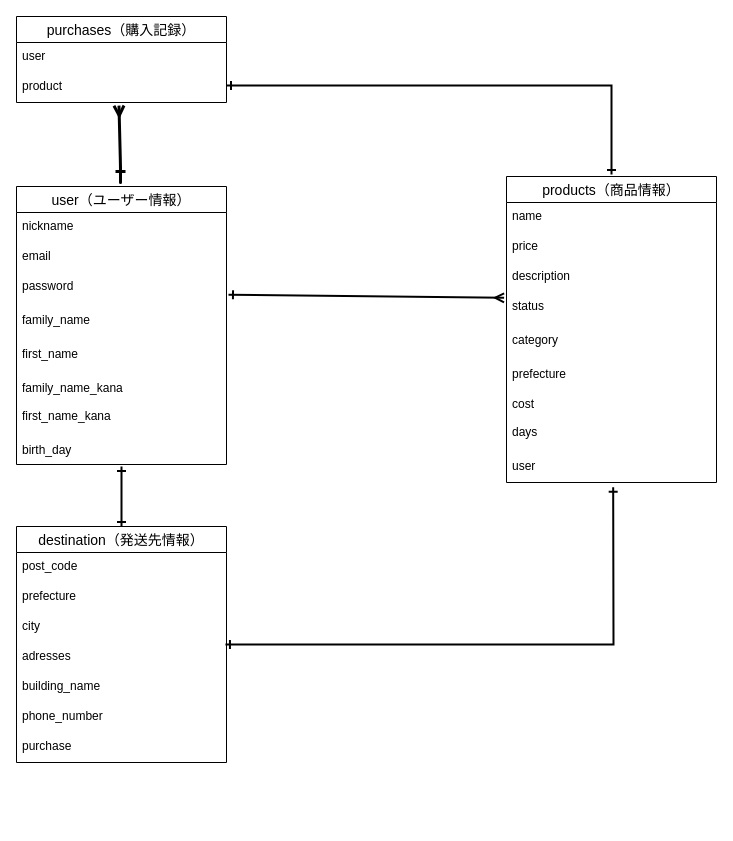
Before: furima.dio in nono2chan/furima-39100, a draw.io diagram. Source tidied: cells renumbered, new cells numbered last; positions are measured from the earlier drawing's top-left corner, leaving out a move shared by most shapes. Both pictures are drawn from the tidied source at 100%, with x=0, y=0 at pixel (16, 16).
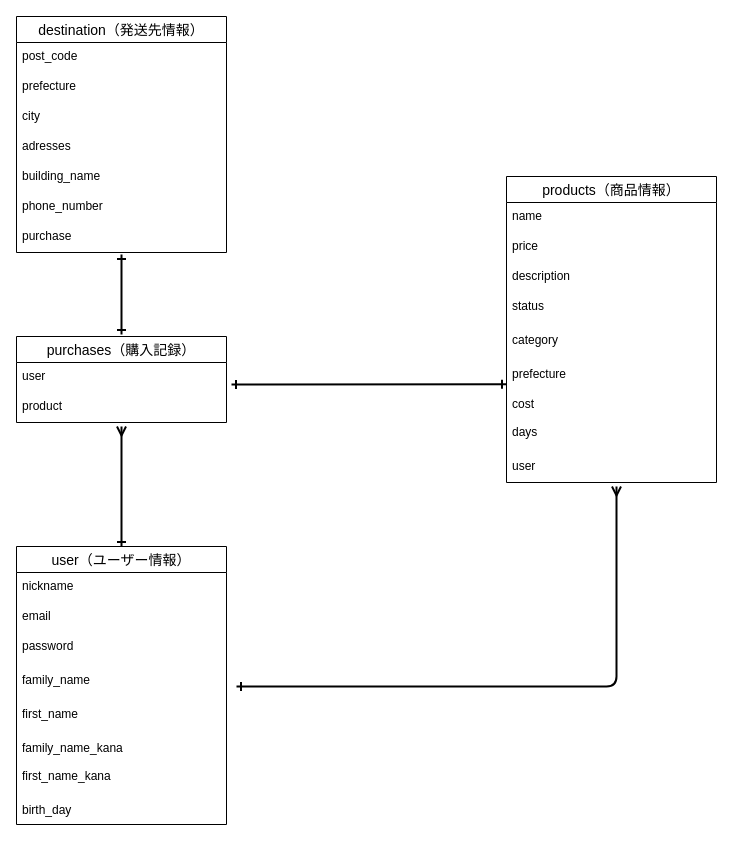
After the change.

The change refers to these unchanged cells:
```xml
<mxCell id="20" value="prefecture" style="text;strokeColor=none;fillColor=none;spacingLeft=4;spacingRight=4;overflow=hidden;points=[[0,0.5],[1,0.5]];portConstraint=eastwest;fontSize=12;" parent="14" vertex="1">
  <mxGeometry y="184" width="210" height="30" as="geometry" />
</mxCell>
<mxCell id="23" value="user" style="text;strokeColor=none;fillColor=none;spacingLeft=4;spacingRight=4;overflow=hidden;points=[[0,0.5],[1,0.5]];portConstraint=eastwest;fontSize=12;" parent="14" vertex="1">
  <mxGeometry y="276" width="210" height="30" as="geometry" />
</mxCell>
<mxCell id="28" value="adresses" style="text;strokeColor=none;fillColor=none;spacingLeft=4;spacingRight=4;overflow=hidden;points=[[0,0.5],[1,0.5]];portConstraint=eastwest;fontSize=12;" parent="24" vertex="1">
  <mxGeometry y="116" width="210" height="30" as="geometry" />
</mxCell>
<mxCell id="35" value="product" style="text;strokeColor=none;fillColor=none;spacingLeft=4;spacingRight=4;overflow=hidden;points=[[0,0.5],[1,0.5]];portConstraint=eastwest;fontSize=12;" parent="33" vertex="1">
  <mxGeometry y="56" width="210" height="30" as="geometry" />
</mxCell>
```

Change to the diagram source:
```diff
@@
-    <mxCell id="2" style="edgeStyle=none;html=1;endArrow=ERmany;endFill=0;startArrow=ERone;startFill=0;strokeWidth=3;entryX=0.488;entryY=1.104;entryDx=0;entryDy=0;entryPerimeter=0;" parent="1" edge="1" target="35">
-      <mxGeometry relative="1" as="geometry">
-        <mxPoint x="104" y="150" as="sourcePoint" />
-        <Array as="points">
-          <mxPoint x="104" y="171" />
-          <mxPoint x="104" y="150" />
-        </Array>
-      </mxGeometry>
-    </mxCell>
-    <mxCell id="3" style="edgeStyle=none;rounded=0;html=1;strokeWidth=2;startArrow=ERone;startFill=0;endArrow=ERone;endFill=0;" parent="1" edge="1" source="4">
-      <mxGeometry relative="1" as="geometry">
-        <mxPoint x="100" y="170" as="targetPoint" />
-      </mxGeometry>
-    </mxCell>
     <mxCell id="4" value="user（ユーザー情報）" style="swimlane;fontStyle=0;horizontal=1;startSize=26;align=center;fontSize=14;" parent="1" vertex="1">
-      <mxGeometry y="170" width="210" height="278" as="geometry" />
+      <mxGeometry y="530" width="210" height="278" as="geometry" />
     </mxCell>
@@
-    <mxCell id="13" style="edgeStyle=none;rounded=0;html=1;exitX=0.5;exitY=0;exitDx=0;exitDy=0;strokeWidth=2;startArrow=ERone;startFill=0;endArrow=ERone;endFill=0;" parent="1" edge="1">
+    <mxCell id="13" style="edgeStyle=none;rounded=0;html=1;strokeWidth=2;startArrow=ERone;startFill=0;endArrow=ERone;endFill=0;" parent="1" edge="1">
       <mxGeometry relative="1" as="geometry">
-        <mxPoint x="595" y="158" as="sourcePoint" />
-        <mxPoint x="210" y="69" as="targetPoint" />
-        <Array as="points">
-          <mxPoint x="595" y="69" />
-        </Array>
+        <mxPoint x="105" y="318" as="sourcePoint" />
+        <mxPoint x="105" y="238" as="targetPoint" />
       </mxGeometry>
     </mxCell>
@@
     <mxCell id="24" value="destination（発送先情報）" style="swimlane;fontStyle=0;horizontal=1;startSize=26;align=center;fontSize=14;" parent="1" vertex="1">
-      <mxGeometry y="510" width="210" height="236" as="geometry" />
+      <mxGeometry width="210" height="236" as="geometry" />
     </mxCell>
@@
-    <mxCell id="32" style="edgeStyle=none;rounded=0;html=1;exitX=0.508;exitY=1.156;exitDx=0;exitDy=0;entryX=0.995;entryY=0.067;entryDx=0;entryDy=0;startArrow=ERone;startFill=0;endArrow=ERone;endFill=0;strokeWidth=2;exitPerimeter=0;entryPerimeter=0;" parent="1" edge="1" source="23" target="28">
-      <mxGeometry relative="1" as="geometry">
-        <Array as="points">
-          <mxPoint x="597" y="628" />
-        </Array>
-      </mxGeometry>
-    </mxCell>
     <mxCell id="33" value="purchases（購入記録）" style="swimlane;fontStyle=0;horizontal=1;startSize=26;align=center;fontSize=14;" parent="1" vertex="1">
-      <mxGeometry width="210" height="86" as="geometry" />
+      <mxGeometry y="320" width="210" height="86" as="geometry" />
     </mxCell>
@@
-    <mxCell id="36" style="edgeStyle=none;html=1;endArrow=ERmany;endFill=0;startArrow=ERone;startFill=0;strokeWidth=2;entryX=-0.021;entryY=0.157;entryDx=0;entryDy=0;entryPerimeter=0;exitX=1;exitY=0.5;exitDx=0;exitDy=0;" parent="1" edge="1">
-      <mxGeometry relative="1" as="geometry">
-        <mxPoint x="212" y="278.3" as="sourcePoint" />
-        <mxPoint x="487.6" y="281.3" as="targetPoint" />
-      </mxGeometry>
-    </mxCell>
-    <mxCell id="37" style="edgeStyle=none;rounded=0;html=1;startArrow=ERone;startFill=0;endArrow=ERone;endFill=0;strokeWidth=2;entryX=0.5;entryY=0;entryDx=0;entryDy=0;" parent="1" edge="1" target="24">
-      <mxGeometry relative="1" as="geometry">
-        <mxPoint x="105" y="450" as="sourcePoint" />
-      </mxGeometry>
-    </mxCell>
+    <mxCell id="38" style="edgeStyle=none;html=1;endArrow=ERmany;endFill=0;startArrow=ERone;startFill=0;strokeWidth=2;exitX=0.5;exitY=0;exitDx=0;exitDy=0;" parent="1" edge="1" source="4">
+      <mxGeometry relative="1" as="geometry">
+        <mxPoint x="105" y="410" as="targetPoint" />
+      </mxGeometry>
+    </mxCell>
+    <mxCell id="39" style="edgeStyle=none;html=1;endArrow=ERmany;endFill=0;startArrow=ERone;startFill=0;strokeWidth=2;exitX=0.5;exitY=0;exitDx=0;exitDy=0;" parent="1" edge="1">
+      <mxGeometry relative="1" as="geometry">
+        <mxPoint x="220" y="670" as="sourcePoint" />
+        <mxPoint x="600" y="470" as="targetPoint" />
+        <Array as="points">
+          <mxPoint x="600" y="670" />
+        </Array>
+      </mxGeometry>
+    </mxCell>
+    <mxCell id="40" style="edgeStyle=none;rounded=0;html=1;strokeWidth=2;startArrow=ERone;startFill=0;endArrow=ERone;endFill=0;entryX=0;entryY=0.792;entryDx=0;entryDy=0;entryPerimeter=0;" parent="1" edge="1" target="20">
+      <mxGeometry relative="1" as="geometry">
+        <mxPoint x="215" y="368" as="sourcePoint" />
+      </mxGeometry>
+    </mxCell>
```
